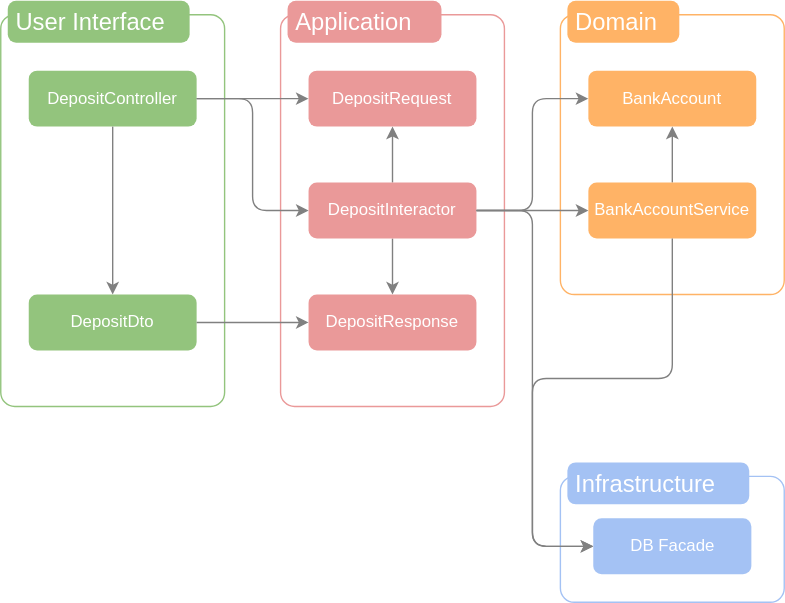
Before: src/0-future-proof-architecture/images/layerd/class.svg, a diagram exported from draw.io (sayuprc/slides). Source tidied: cells renumbered, new cells last; positions are measured from the earlier drawing's top-left corner, leaving out a move shared by most shapes.
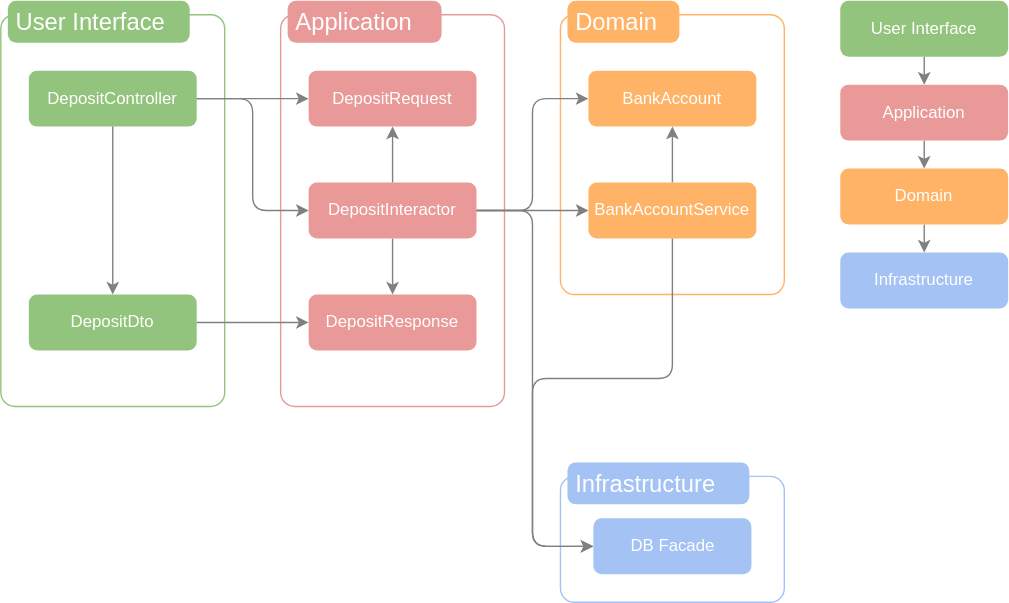
After the commit.

The edit, as a diff of the source:
```diff
@@ -104,5 +104,26 @@
         </Array>
       </mxGeometry>
     </mxCell>
+    <mxCell id="29" style="edgeStyle=none;html=1;entryX=0.5;entryY=0;entryDx=0;entryDy=0;strokeColor=#808080;" parent="1" edge="1" source="30" target="32">
+      <mxGeometry relative="1" as="geometry" />
+    </mxCell>
+    <mxCell id="30" value="&lt;font color=&quot;#ffffff&quot;&gt;User Interface&lt;/font&gt;" style="rounded=1;whiteSpace=wrap;html=1;fillColor=#93c47dff;strokeColor=none;glass=0;shadow=0;" parent="1" vertex="1">
+      <mxGeometry x="600" width="120" height="40" as="geometry" />
+    </mxCell>
+    <mxCell id="31" style="edgeStyle=none;html=1;entryX=0.5;entryY=0;entryDx=0;entryDy=0;strokeColor=#808080;" parent="1" edge="1" source="32" target="34">
+      <mxGeometry relative="1" as="geometry" />
+    </mxCell>
+    <mxCell id="32" value="&lt;font color=&quot;#ffffff&quot;&gt;Application&lt;br&gt;&lt;/font&gt;" style="rounded=1;whiteSpace=wrap;html=1;fillColor=#ea9999ff;strokeColor=none;glass=0;shadow=0;" parent="1" vertex="1">
+      <mxGeometry x="600" y="60" width="120" height="40" as="geometry" />
+    </mxCell>
+    <mxCell id="33" style="edgeStyle=none;html=1;entryX=0.5;entryY=0;entryDx=0;entryDy=0;strokeColor=#808080;" parent="1" edge="1" source="34" target="35">
+      <mxGeometry relative="1" as="geometry" />
+    </mxCell>
+    <mxCell id="34" value="&lt;font color=&quot;#ffffff&quot;&gt;Domain&lt;/font&gt;" style="rounded=1;whiteSpace=wrap;html=1;fillColor=#FFB366;strokeColor=none;glass=0;shadow=0;" parent="1" vertex="1">
+      <mxGeometry x="600" y="120" width="120" height="40" as="geometry" />
+    </mxCell>
+    <mxCell id="35" value="&lt;font color=&quot;#ffffff&quot;&gt;Infrastructure&lt;/font&gt;" style="rounded=1;whiteSpace=wrap;html=1;fillColor=#a4c2f4ff;strokeColor=none;" parent="1" vertex="1">
+      <mxGeometry x="600" y="180" width="120" height="40" as="geometry" />
+    </mxCell>
   </root>
 </mxGraphModel>
```
